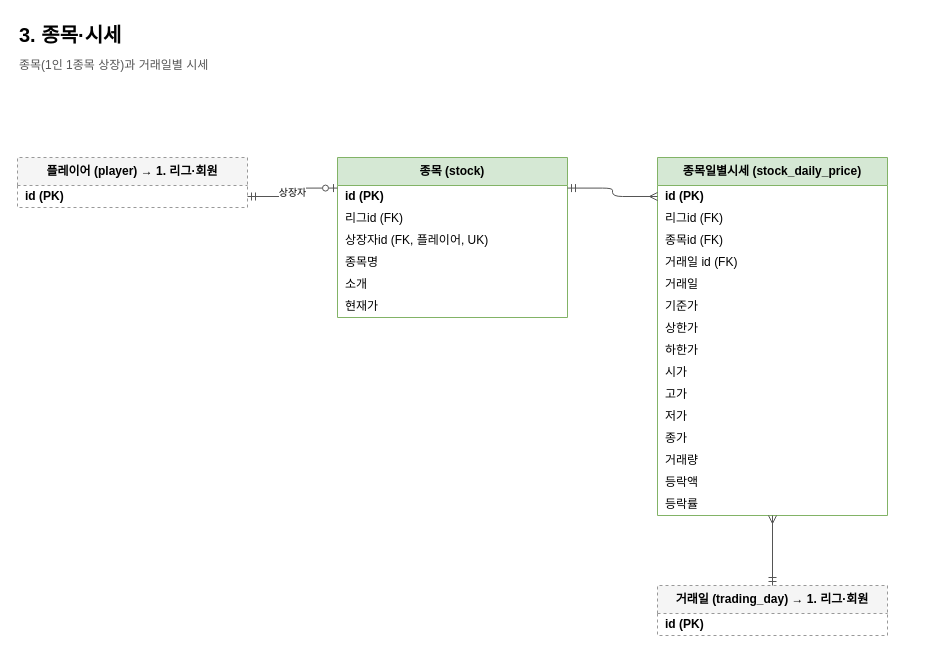
The draw.io diagram page "3. 종목·시세" (4 of 9) of docs/erd/naspi.drawio in JECT-Study/naspi-5th-Server, before the edit. Source tidied: cells renumbered, new cells numbered last; positions are measured from the earlier drawing's top-left corner, leaving out a move shared by most shapes. Both pictures are drawn from the tidied source at 100%, with x=0, y=0 at pixel (17, 17).
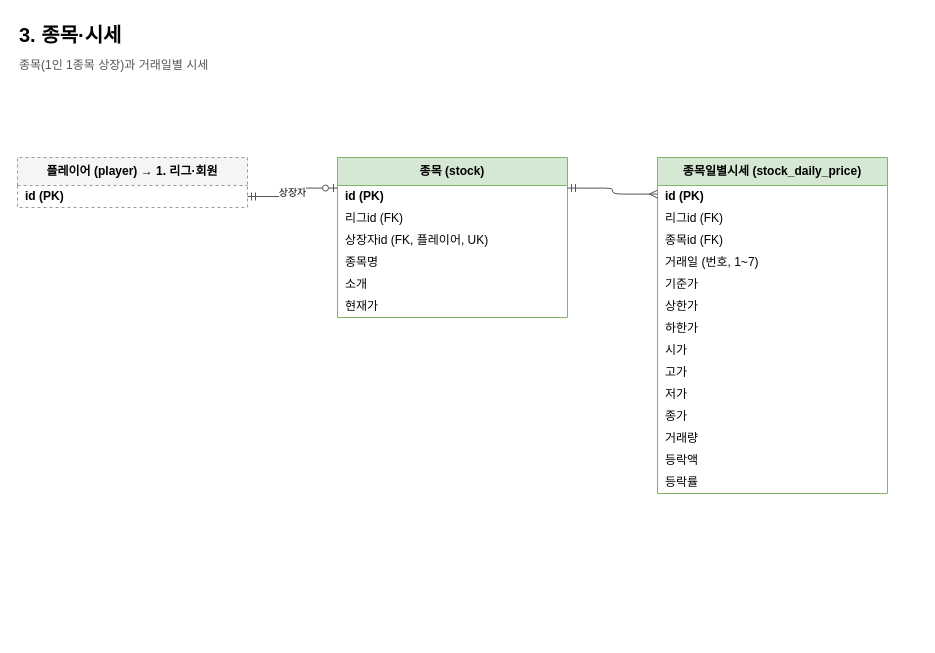
Above is the later version.

The edit, as a diff of the source:
```diff
@@
     <mxCell id="9" value="종목일별시세 (stock_daily_price)" style="swimlane;fontStyle=1;horizontal=1;startSize=28;html=1;whiteSpace=wrap;fillColor=#d5e8d4;strokeColor=#82b366;" parent="1" vertex="1">
-      <mxGeometry x="640" y="140" width="230" height="358" as="geometry" />
+      <mxGeometry x="640" y="140" width="230" height="336" as="geometry" />
     </mxCell>
@@
-    <mxCell id="13" value="거래일 id (FK)" style="text;strokeColor=none;fillColor=none;align=left;verticalAlign=middle;spacingLeft=6;overflow=hidden;html=1;" parent="9" vertex="1">
+    <mxCell id="13" value="거래일 (번호, 1~7)" style="text;strokeColor=none;fillColor=none;align=left;verticalAlign=middle;spacingLeft=6;overflow=hidden;html=1;" parent="9" vertex="1">
       <mxGeometry y="94" width="230" height="22" as="geometry" />
     </mxCell>
-    <mxCell id="14" value="거래일" style="text;strokeColor=none;fillColor=none;align=left;verticalAlign=middle;spacingLeft=6;overflow=hidden;html=1;" parent="9" vertex="1">
+    <mxCell id="14" value="기준가" style="text;strokeColor=none;fillColor=none;align=left;verticalAlign=middle;spacingLeft=6;overflow=hidden;html=1;" parent="9" vertex="1">
       <mxGeometry y="116" width="230" height="22" as="geometry" />
     </mxCell>
-    <mxCell id="15" value="기준가" style="text;strokeColor=none;fillColor=none;align=left;verticalAlign=middle;spacingLeft=6;overflow=hidden;html=1;" parent="9" vertex="1">
+    <mxCell id="15" value="상한가" style="text;strokeColor=none;fillColor=none;align=left;verticalAlign=middle;spacingLeft=6;overflow=hidden;html=1;" parent="9" vertex="1">
       <mxGeometry y="138" width="230" height="22" as="geometry" />
     </mxCell>
-    <mxCell id="16" value="상한가" style="text;strokeColor=none;fillColor=none;align=left;verticalAlign=middle;spacingLeft=6;overflow=hidden;html=1;" parent="9" vertex="1">
+    <mxCell id="16" value="하한가" style="text;strokeColor=none;fillColor=none;align=left;verticalAlign=middle;spacingLeft=6;overflow=hidden;html=1;" parent="9" vertex="1">
       <mxGeometry y="160" width="230" height="22" as="geometry" />
     </mxCell>
-    <mxCell id="17" value="하한가" style="text;strokeColor=none;fillColor=none;align=left;verticalAlign=middle;spacingLeft=6;overflow=hidden;html=1;" parent="9" vertex="1">
+    <mxCell id="17" value="시가" style="text;strokeColor=none;fillColor=none;align=left;verticalAlign=middle;spacingLeft=6;overflow=hidden;html=1;" parent="9" vertex="1">
       <mxGeometry y="182" width="230" height="22" as="geometry" />
     </mxCell>
-    <mxCell id="18" value="시가" style="text;strokeColor=none;fillColor=none;align=left;verticalAlign=middle;spacingLeft=6;overflow=hidden;html=1;" parent="9" vertex="1">
+    <mxCell id="18" value="고가" style="text;strokeColor=none;fillColor=none;align=left;verticalAlign=middle;spacingLeft=6;overflow=hidden;html=1;" parent="9" vertex="1">
       <mxGeometry y="204" width="230" height="22" as="geometry" />
     </mxCell>
-    <mxCell id="19" value="고가" style="text;strokeColor=none;fillColor=none;align=left;verticalAlign=middle;spacingLeft=6;overflow=hidden;html=1;" parent="9" vertex="1">
+    <mxCell id="19" value="저가" style="text;strokeColor=none;fillColor=none;align=left;verticalAlign=middle;spacingLeft=6;overflow=hidden;html=1;" parent="9" vertex="1">
       <mxGeometry y="226" width="230" height="22" as="geometry" />
     </mxCell>
-    <mxCell id="20" value="저가" style="text;strokeColor=none;fillColor=none;align=left;verticalAlign=middle;spacingLeft=6;overflow=hidden;html=1;" parent="9" vertex="1">
+    <mxCell id="20" value="종가" style="text;strokeColor=none;fillColor=none;align=left;verticalAlign=middle;spacingLeft=6;overflow=hidden;html=1;" parent="9" vertex="1">
       <mxGeometry y="248" width="230" height="22" as="geometry" />
     </mxCell>
-    <mxCell id="21" value="종가" style="text;strokeColor=none;fillColor=none;align=left;verticalAlign=middle;spacingLeft=6;overflow=hidden;html=1;" parent="9" vertex="1">
+    <mxCell id="21" value="거래량" style="text;strokeColor=none;fillColor=none;align=left;verticalAlign=middle;spacingLeft=6;overflow=hidden;html=1;" parent="9" vertex="1">
       <mxGeometry y="270" width="230" height="22" as="geometry" />
     </mxCell>
-    <mxCell id="22" value="거래량" style="text;strokeColor=none;fillColor=none;align=left;verticalAlign=middle;spacingLeft=6;overflow=hidden;html=1;" parent="9" vertex="1">
+    <mxCell id="22" value="등락액" style="text;strokeColor=none;fillColor=none;align=left;verticalAlign=middle;spacingLeft=6;overflow=hidden;html=1;" parent="9" vertex="1">
       <mxGeometry y="292" width="230" height="22" as="geometry" />
     </mxCell>
-    <mxCell id="23" value="등락액" style="text;strokeColor=none;fillColor=none;align=left;verticalAlign=middle;spacingLeft=6;overflow=hidden;html=1;" parent="9" vertex="1">
+    <mxCell id="23" value="등락률" style="text;strokeColor=none;fillColor=none;align=left;verticalAlign=middle;spacingLeft=6;overflow=hidden;html=1;" parent="9" vertex="1">
       <mxGeometry y="314" width="230" height="22" as="geometry" />
     </mxCell>
-    <mxCell id="24" value="등락률" style="text;strokeColor=none;fillColor=none;align=left;verticalAlign=middle;spacingLeft=6;overflow=hidden;html=1;" parent="9" vertex="1">
-      <mxGeometry y="336" width="230" height="22" as="geometry" />
-    </mxCell>
@@
-    <mxCell id="27" value="거래일 (trading_day) → 1. 리그·회원" style="swimlane;fontStyle=1;horizontal=1;startSize=28;html=1;whiteSpace=wrap;fillColor=#f5f5f5;strokeColor=#999999;dashed=1;" parent="1" vertex="1">
-      <mxGeometry x="640" y="568" width="230" height="50" as="geometry" />
-    </mxCell>
-    <mxCell id="28" value="id (PK)" style="text;strokeColor=none;fillColor=none;align=left;verticalAlign=middle;spacingLeft=6;overflow=hidden;html=1;fontStyle=1;" parent="27" vertex="1">
-      <mxGeometry y="28" width="230" height="22" as="geometry" />
-    </mxCell>
@@
-    <mxCell id="33" style="edgeStyle=orthogonalEdgeStyle;rounded=1;html=1;startArrow=ERmany;startFill=0;endArrow=ERmandOne;endFill=0;strokeColor=#555555;fontSize=10;labelBackgroundColor=#ffffff;exitX=0.5;exitY=1;entryX=0.5;entryY=0;" parent="1" edge="1" source="9" target="27">
-      <mxGeometry relative="1" as="geometry" />
-    </mxCell>
```
